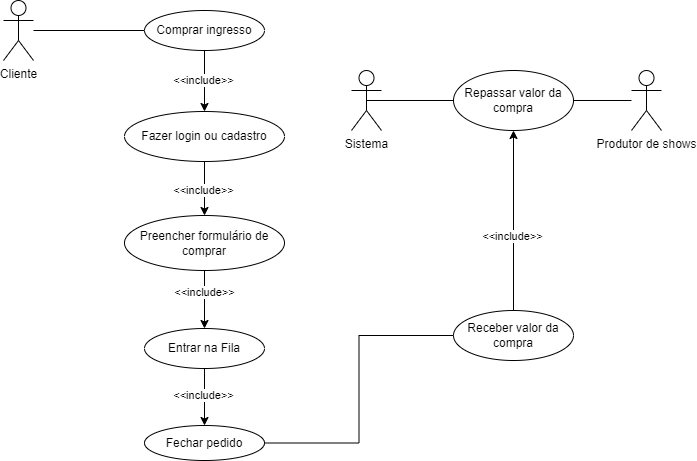
Earlier version of the draw.io export diagram.png (RicardoVictor/tickets-diagram). Source tidied: cells renumbered, new cells last; positions are measured from the earlier drawing's top-left corner, leaving out a move shared by most shapes.
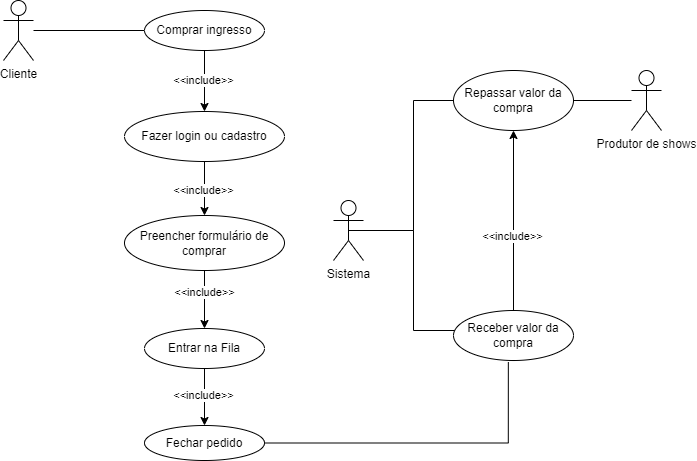
The same file after the commit.

Change to the diagram source:
```diff
@@ -42,14 +42,27 @@
         </Array>
       </mxGeometry>
     </mxCell>
+    <mxCell id="21" style="edgeStyle=orthogonalEdgeStyle;rounded=0;jettySize=auto;html=1;exitX=0.5;exitY=0.5;exitDx=0;exitDy=0;exitPerimeter=0;entryX=0.017;entryY=0.616;entryDx=0;entryDy=0;endArrow=none;endFill=0;entryPerimeter=0;" parent="1" edge="1" source="14" target="17">
+      <mxGeometry relative="1" as="geometry">
+        <Array as="points">
+          <mxPoint x="410" y="230" />
+          <mxPoint x="410" y="330" />
+          <mxPoint x="452" y="330" />
+        </Array>
+      </mxGeometry>
+    </mxCell>
     <mxCell id="14" value="Sistema" style="shape=umlActor;verticalLabelPosition=bottom;verticalAlign=top;html=1;outlineConnect=0;" parent="1" vertex="1">
-      <mxGeometry x="348" y="70" width="30" height="60" as="geometry" />
+      <mxGeometry x="330" y="200" width="30" height="60" as="geometry" />
     </mxCell>
     <mxCell id="15" style="edgeStyle=orthogonalEdgeStyle;rounded=0;jettySize=auto;html=1;exitX=1;exitY=0.5;exitDx=0;exitDy=0;endArrow=none;endFill=0;" parent="1" edge="1" source="19" target="10">
       <mxGeometry relative="1" as="geometry" />
     </mxCell>
-    <mxCell id="16" style="edgeStyle=orthogonalEdgeStyle;rounded=0;jettySize=auto;html=1;exitX=0;exitY=0.5;exitDx=0;exitDy=0;entryX=1;entryY=0.5;entryDx=0;entryDy=0;endArrow=none;endFill=0;" parent="1" edge="1" source="17" target="18">
-      <mxGeometry relative="1" as="geometry" />
+    <mxCell id="16" style="edgeStyle=orthogonalEdgeStyle;rounded=0;jettySize=auto;html=1;exitX=0.457;exitY=1.032;exitDx=0;exitDy=0;entryX=1;entryY=0.5;entryDx=0;entryDy=0;endArrow=none;endFill=0;exitPerimeter=0;" parent="1" edge="1" source="17" target="18">
+      <mxGeometry relative="1" as="geometry">
+        <Array as="points">
+          <mxPoint x="505" y="442" />
+        </Array>
+      </mxGeometry>
     </mxCell>
     <mxCell id="17" value="Receber valor da compra" style="ellipse;whiteSpace=wrap;html=1;" parent="1" vertex="1">
       <mxGeometry x="450" y="310" width="120" height="50" as="geometry" />
@@ -63,7 +76,8 @@
     <mxCell id="20" style="edgeStyle=orthogonalEdgeStyle;rounded=0;jettySize=auto;html=1;exitX=0.5;exitY=0.5;exitDx=0;exitDy=0;exitPerimeter=0;endArrow=none;" parent="1" edge="1" source="14" target="19">
       <mxGeometry relative="1" as="geometry">
         <Array as="points">
-          <mxPoint x="540" y="100" />
+          <mxPoint x="410" y="230" />
+          <mxPoint x="410" y="100" />
         </Array>
       </mxGeometry>
     </mxCell>
```
